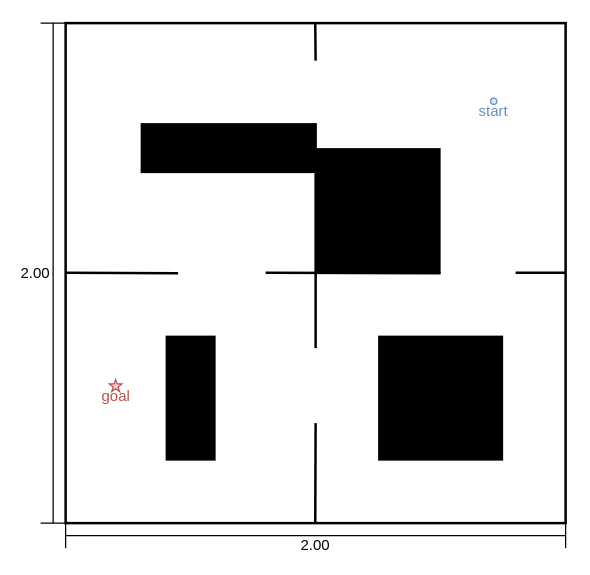
Above: 数値解析学/後半/report/problem_gen/maps/layout_b.drawio in keisei4064/study_cse (draw.io), before the change. Source tidied: cells renumbered, new cells numbered last; positions are measured from the earlier drawing's top-left corner, leaving out a move shared by most shapes. Both pictures are drawn from the tidied source at 125%, with x=0, y=0 at pixel (40, 22).
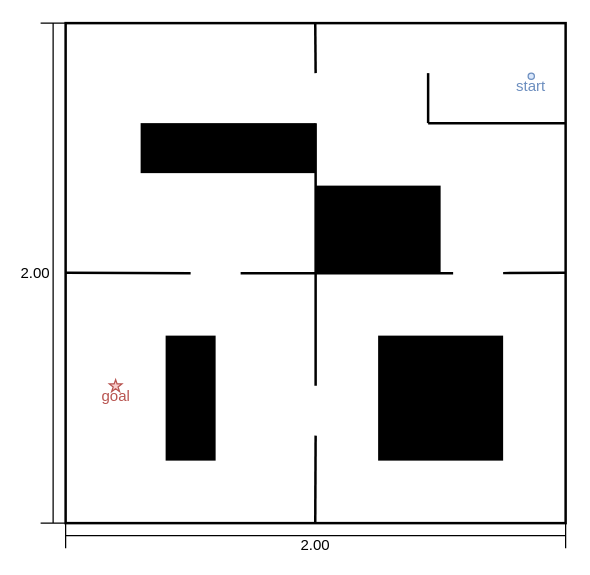
The same diagram, later.

The change refers to these unchanged cells:
```xml
<mxCell id="14" style="rounded=0;whiteSpace=wrap;html=1;strokeColor=none;fillColor=#000000;" parent="1" vertex="1">
  <mxGeometry x="80" y="80" width="140" height="40" as="geometry" />
</mxCell>
```

The edit, as a diff of the source:
```diff
@@
     <mxCell id="5" style="endArrow=none;html=1;strokeWidth=2;" parent="1" edge="1">
       <mxGeometry relative="1" as="geometry">
         <mxPoint x="219.7" y="400" as="sourcePoint" />
-        <mxPoint x="220" y="320" as="targetPoint" />
+        <mxPoint x="220" y="330" as="targetPoint" />
       </mxGeometry>
     </mxCell>
     <mxCell id="6" style="endArrow=none;html=1;strokeWidth=2;" parent="1" edge="1">
       <mxGeometry relative="1" as="geometry">
         <mxPoint x="420" y="199.7" as="sourcePoint" />
-        <mxPoint x="380" y="199.7" as="targetPoint" />
+        <mxPoint x="370" y="200" as="targetPoint" />
       </mxGeometry>
     </mxCell>
     <mxCell id="7" style="endArrow=none;html=1;strokeWidth=2;" parent="1" edge="1">
       <mxGeometry relative="1" as="geometry">
-        <mxPoint x="110" y="200" as="sourcePoint" />
+        <mxPoint x="120" y="200" as="sourcePoint" />
         <mxPoint x="20" y="199.7" as="targetPoint" />
       </mxGeometry>
     </mxCell>
     <mxCell id="8" style="endArrow=none;html=1;strokeWidth=2;entryX=1;entryY=0;entryDx=0;entryDy=0;" parent="1" edge="1" target="14">
       <mxGeometry relative="1" as="geometry">
-        <mxPoint x="220" y="260" as="sourcePoint" />
+        <mxPoint x="220" y="290" as="sourcePoint" />
       </mxGeometry>
     </mxCell>
@@
     <mxCell id="10" style="endArrow=none;html=1;strokeWidth=2;" parent="1" edge="1">
       <mxGeometry relative="1" as="geometry">
-        <mxPoint x="220" y="30" as="sourcePoint" />
+        <mxPoint x="220" y="40" as="sourcePoint" />
         <mxPoint x="219.7" as="targetPoint" />
       </mxGeometry>
     </mxCell>
@@
     <mxCell id="12" value="start" style="ellipse;whiteSpace=wrap;html=1;fillColor=#dae8fc;strokeColor=#6c8ebf;spacingTop=16;fontColor=light-dark(#6c8ebf, #ededed);" parent="1" vertex="1">
-      <mxGeometry x="360" y="60" width="5" height="5" as="geometry" />
+      <mxGeometry x="390" y="40" width="5" height="5" as="geometry" />
     </mxCell>
-    <mxCell id="13" style="endArrow=none;html=1;strokeWidth=2;exitX=1;exitY=1;exitDx=0;exitDy=0;" parent="1" edge="1" source="16">
+    <mxCell id="13" style="endArrow=none;html=1;strokeWidth=2;" parent="1" edge="1">
       <mxGeometry relative="1" as="geometry">
-        <mxPoint x="180" y="199.7" as="targetPoint" />
+        <mxPoint x="330" y="200" as="sourcePoint" />
+        <mxPoint x="160" y="200" as="targetPoint" />
       </mxGeometry>
     </mxCell>
@@
-    <mxCell id="16" style="rounded=0;whiteSpace=wrap;html=1;strokeColor=none;fillColor=#000000;" parent="1" vertex="1">
-      <mxGeometry x="220" y="100" width="100" height="100" as="geometry" />
-    </mxCell>
+    <mxCell id="17" style="rounded=0;whiteSpace=wrap;html=1;strokeColor=none;fillColor=#000000;" parent="1" vertex="1">
+      <mxGeometry x="220" y="130" width="100" height="70" as="geometry" />
+    </mxCell>
+    <mxCell id="18" style="endArrow=none;html=1;strokeWidth=2;" parent="1" edge="1">
+      <mxGeometry relative="1" as="geometry">
+        <mxPoint x="310" y="80" as="sourcePoint" />
+        <mxPoint x="310" y="40" as="targetPoint" />
+      </mxGeometry>
+    </mxCell>
+    <mxCell id="19" style="endArrow=none;html=1;strokeWidth=2;" parent="1" edge="1">
+      <mxGeometry relative="1" as="geometry">
+        <mxPoint x="310" y="80" as="sourcePoint" />
+        <mxPoint x="420" y="80" as="targetPoint" />
+      </mxGeometry>
+    </mxCell>
```
